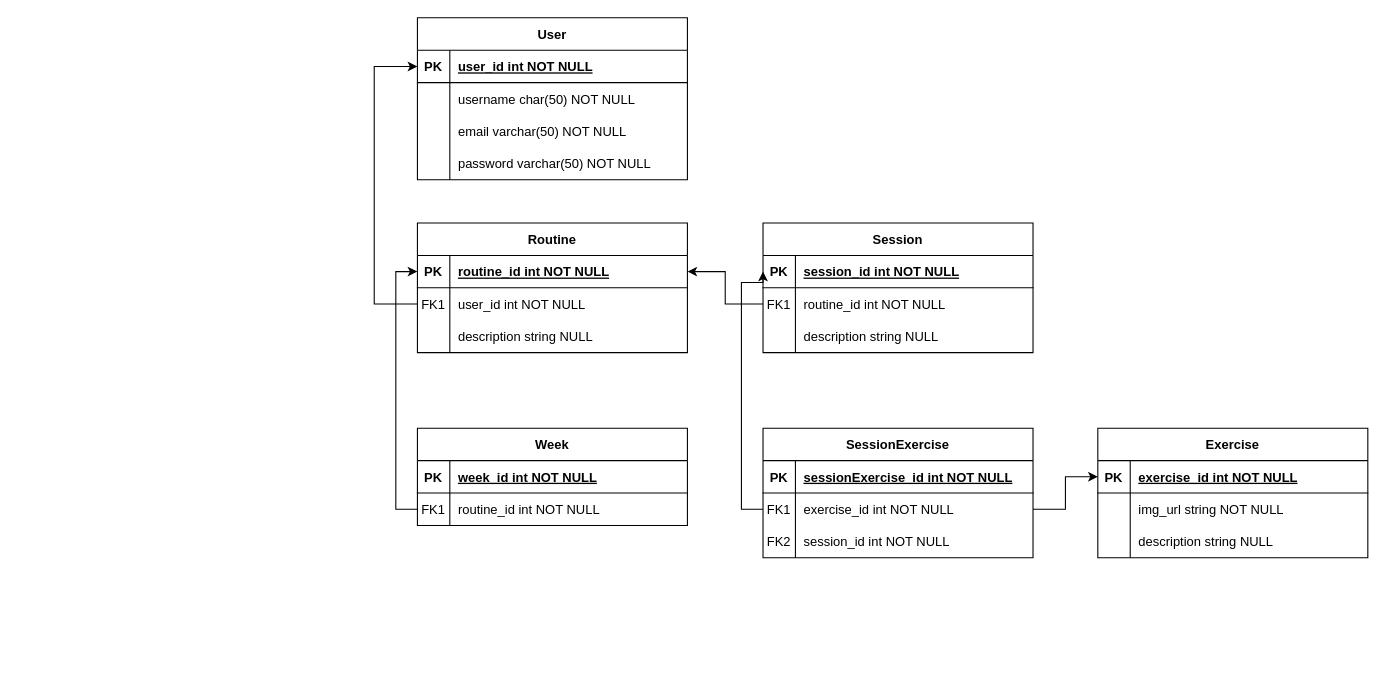
The draw.io diagram Untitled Diagram.drawio in rubeniriso/gym-app-backend, before the edit. Source tidied: cells renumbered, new cells numbered last; positions are measured from the earlier drawing's top-left corner, leaving out a move shared by most shapes. Both pictures are drawn from the tidied source at 108%, with x=0, y=0 at pixel (374, 17).
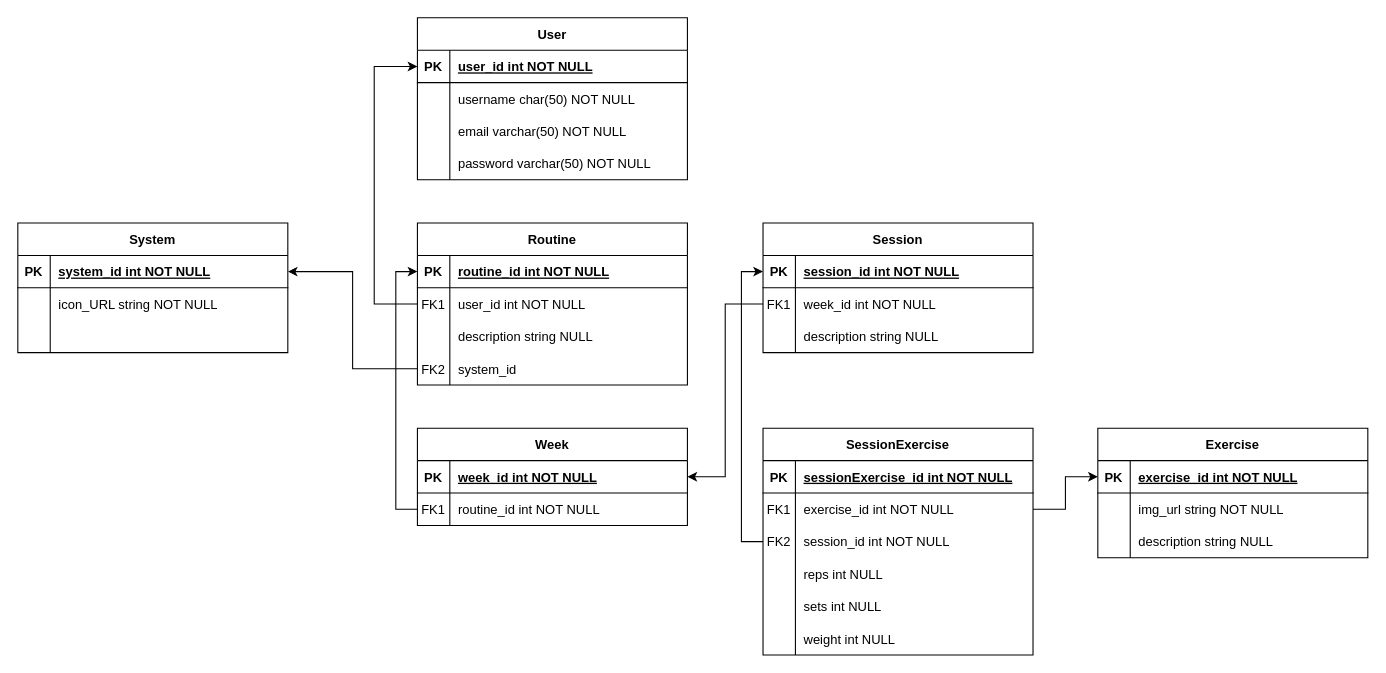
Above is the later version.

Unchanged cells that the change refers to:
```xml
<mxCell id="14" style="shape=partialRectangle;fillColor=none;points=[[0,0.5],[1,0.5]];portConstraint=eastwest;top=0;left=0;right=0;bottom=1;" parent="13" vertex="1">
  <mxGeometry y="30" width="250" height="30" as="geometry" />
</mxCell>
<mxCell id="38" style="shape=partialRectangle;fillColor=none;points=[[0,0.5],[1,0.5]];portConstraint=eastwest;top=0;left=0;right=0;bottom=1;" parent="37" vertex="1">
  <mxGeometry y="30" width="250" height="30" as="geometry" />
</mxCell>
<mxCell id="41" style="shape=partialRectangle;fillColor=none;points=[[0,0.5],[1,0.5]];portConstraint=eastwest;top=0;left=0;right=0;bottom=0;" parent="37" vertex="1">
  <mxGeometry y="60" width="250" height="30" as="geometry" />
</mxCell>
<mxCell id="52" style="shape=partialRectangle;fillColor=none;points=[[0,0.5],[1,0.5]];portConstraint=eastwest;top=0;left=0;right=0;bottom=0;" parent="48" vertex="1">
  <mxGeometry y="60" width="250" height="30" as="geometry" />
</mxCell>
<mxCell id="55" style="shape=partialRectangle;fillColor=none;points=[[0,0.5],[1,0.5]];portConstraint=eastwest;top=0;left=0;right=0;bottom=0;" parent="48" vertex="1">
  <mxGeometry y="90" width="250" height="30" as="geometry" />
</mxCell>
<mxCell id="59" style="shape=partialRectangle;fillColor=none;points=[[0,0.5],[1,0.5]];portConstraint=eastwest;top=0;left=0;right=0;bottom=1;" parent="58" vertex="1">
  <mxGeometry y="30" width="250" height="30" as="geometry" />
</mxCell>
```

Change to the diagram source:
```diff
@@
     <mxCell id="13" value="Routine" style="shape=table;startSize=30;childLayout=tableLayout;rowLines=0;fontStyle=1;align=center;" parent="1" vertex="1">
-      <mxGeometry x="40" y="190" width="250" height="120" as="geometry" />
+      <mxGeometry x="40" y="190" width="250" height="150" as="geometry" />
     </mxCell>
@@
+    <mxCell id="68" style="shape=partialRectangle;fillColor=none;points=[[0,0.5],[1,0.5]];portConstraint=eastwest;top=0;left=0;right=0;bottom=0;" parent="13" vertex="1">
+      <mxGeometry y="120" width="250" height="30" as="geometry" />
+    </mxCell>
+    <mxCell id="69" value="FK2" style="shape=partialRectangle;overflow=hidden;fillColor=none;top=0;left=0;bottom=0;right=0;" parent="68" vertex="1">
+      <mxGeometry width="30" height="30" as="geometry" />
+    </mxCell>
+    <mxCell id="70" value="system_id" style="shape=partialRectangle;overflow=hidden;fillColor=none;top=0;left=0;bottom=0;right=0;align=left;spacingLeft=6;" parent="68" vertex="1">
+      <mxGeometry x="30" width="220" height="30" as="geometry" />
+    </mxCell>
@@
-    <mxCell id="36" style="edgeStyle=orthogonalEdgeStyle;rounded=0;jettySize=auto;html=1;entryX=1;entryY=0.5;entryDx=0;entryDy=0;exitX=0;exitY=0.5;exitDx=0;exitDy=0;" parent="1" edge="1" source="41" target="14">
+    <mxCell id="36" style="edgeStyle=orthogonalEdgeStyle;rounded=0;jettySize=auto;html=1;entryX=1;entryY=0.5;entryDx=0;entryDy=0;exitX=0;exitY=0.5;exitDx=0;exitDy=0;" parent="1" edge="1" source="41" target="59">
       <mxGeometry relative="1" as="geometry" />
     </mxCell>
@@
-    <mxCell id="43" value="routine_id int NOT NULL" style="shape=partialRectangle;overflow=hidden;fillColor=none;top=0;left=0;bottom=0;right=0;align=left;spacingLeft=6;" parent="41" vertex="1">
+    <mxCell id="43" value="week_id int NOT NULL" style="shape=partialRectangle;overflow=hidden;fillColor=none;top=0;left=0;bottom=0;right=0;align=left;spacingLeft=6;" parent="41" vertex="1">
       <mxGeometry x="30" width="220" height="30" as="geometry" />
     </mxCell>
@@
-    <mxCell id="47" style="edgeStyle=orthogonalEdgeStyle;rounded=0;jettySize=auto;html=1;entryX=0;entryY=0.5;entryDx=0;entryDy=0;exitX=0;exitY=0.5;exitDx=0;exitDy=0;" parent="1" edge="1" source="52" target="38">
-      <mxGeometry relative="1" as="geometry">
-        <Array as="points">
-          <mxPoint x="340" y="455" />
-          <mxPoint x="340" y="245" />
-        </Array>
-      </mxGeometry>
-    </mxCell>
     <mxCell id="48" value="SessionExercise" style="shape=table;startSize=30;childLayout=tableLayout;rowLines=0;fontStyle=1;align=center;" parent="1" vertex="1">
-      <mxGeometry x="360" y="380" width="250" height="120" as="geometry" />
+      <mxGeometry x="360" y="380" width="250" height="210" as="geometry" />
     </mxCell>
@@
+    <mxCell id="71" style="shape=partialRectangle;fillColor=none;top=0;left=0;right=0;bottom=0;" parent="48" vertex="1">
+      <mxGeometry y="120" width="250" height="30" as="geometry" />
+    </mxCell>
+    <mxCell id="72" style="shape=partialRectangle;overflow=hidden;fillColor=none;top=0;left=0;bottom=0;right=0;" parent="71" vertex="1">
+      <mxGeometry width="30" height="30" as="geometry" />
+    </mxCell>
+    <mxCell id="73" value="reps int NULL" style="shape=partialRectangle;overflow=hidden;fillColor=none;top=0;left=0;bottom=0;right=0;align=left;spacingLeft=6;" parent="71" vertex="1">
+      <mxGeometry x="30" width="220" height="30" as="geometry" />
+    </mxCell>
+    <mxCell id="74" style="shape=partialRectangle;fillColor=none;top=0;left=0;right=0;bottom=0;" parent="48" vertex="1">
+      <mxGeometry y="150" width="250" height="30" as="geometry" />
+    </mxCell>
+    <mxCell id="75" style="shape=partialRectangle;overflow=hidden;fillColor=none;top=0;left=0;bottom=0;right=0;" parent="74" vertex="1">
+      <mxGeometry width="30" height="30" as="geometry" />
+    </mxCell>
+    <mxCell id="76" value="sets int NULL" style="shape=partialRectangle;overflow=hidden;fillColor=none;top=0;left=0;bottom=0;right=0;align=left;spacingLeft=6;" parent="74" vertex="1">
+      <mxGeometry x="30" width="220" height="30" as="geometry" />
+    </mxCell>
+    <mxCell id="77" style="shape=partialRectangle;fillColor=none;top=0;left=0;right=0;bottom=0;" parent="48" vertex="1">
+      <mxGeometry y="180" width="250" height="30" as="geometry" />
+    </mxCell>
+    <mxCell id="78" style="shape=partialRectangle;overflow=hidden;fillColor=none;top=0;left=0;bottom=0;right=0;" parent="77" vertex="1">
+      <mxGeometry width="30" height="30" as="geometry" />
+    </mxCell>
+    <mxCell id="79" value="weight int NULL" style="shape=partialRectangle;overflow=hidden;fillColor=none;top=0;left=0;bottom=0;right=0;align=left;spacingLeft=6;" parent="77" vertex="1">
+      <mxGeometry x="30" width="220" height="30" as="geometry" />
+    </mxCell>
@@
+    <mxCell id="80" value="System" style="shape=table;startSize=30;childLayout=tableLayout;rowLines=0;fontStyle=1;align=center;" parent="1" vertex="1">
+      <mxGeometry x="-330" y="190" width="250" height="120" as="geometry" />
+    </mxCell>
+    <mxCell id="81" style="shape=partialRectangle;fillColor=none;points=[[0,0.5],[1,0.5]];portConstraint=eastwest;top=0;left=0;right=0;bottom=1;" parent="80" vertex="1">
+      <mxGeometry y="30" width="250" height="30" as="geometry" />
+    </mxCell>
+    <mxCell id="82" value="PK" style="shape=partialRectangle;overflow=hidden;fillColor=none;top=0;left=0;bottom=0;right=0;fontStyle=1;" parent="81" vertex="1">
+      <mxGeometry width="30" height="30" as="geometry" />
+    </mxCell>
+    <mxCell id="83" value="system_id int NOT NULL " style="shape=partialRectangle;overflow=hidden;fillColor=none;top=0;left=0;bottom=0;right=0;align=left;spacingLeft=6;fontStyle=5;" parent="81" vertex="1">
+      <mxGeometry x="30" width="220" height="30" as="geometry" />
+    </mxCell>
+    <mxCell id="84" style="shape=partialRectangle;fillColor=none;top=0;left=0;right=0;bottom=0;" parent="80" vertex="1">
+      <mxGeometry y="60" width="250" height="30" as="geometry" />
+    </mxCell>
+    <mxCell id="85" style="shape=partialRectangle;overflow=hidden;fillColor=none;top=0;left=0;bottom=0;right=0;" parent="84" vertex="1">
+      <mxGeometry width="30" height="30" as="geometry" />
+    </mxCell>
+    <mxCell id="86" value="icon_URL string NOT NULL" style="shape=partialRectangle;overflow=hidden;fillColor=none;top=0;left=0;bottom=0;right=0;align=left;spacingLeft=6;" parent="84" vertex="1">
+      <mxGeometry x="30" width="220" height="30" as="geometry" />
+    </mxCell>
+    <mxCell id="87" style="shape=partialRectangle;fillColor=none;top=0;left=0;right=0;bottom=0;" parent="80" vertex="1">
+      <mxGeometry y="90" width="250" height="30" as="geometry" />
+    </mxCell>
+    <mxCell id="88" style="shape=partialRectangle;overflow=hidden;fillColor=none;top=0;left=0;bottom=0;right=0;" parent="87" vertex="1">
+      <mxGeometry width="30" height="30" as="geometry" />
+    </mxCell>
+    <mxCell id="89" style="shape=partialRectangle;overflow=hidden;fillColor=none;top=0;left=0;bottom=0;right=0;align=left;spacingLeft=6;" parent="87" vertex="1">
+      <mxGeometry x="30" width="220" height="30" as="geometry" />
+    </mxCell>
+    <mxCell id="90" style="edgeStyle=orthogonalEdgeStyle;rounded=0;jettySize=auto;html=1;exitX=0;exitY=0.5;exitDx=0;exitDy=0;entryX=1;entryY=0.5;entryDx=0;entryDy=0;" parent="1" edge="1" source="68" target="81">
+      <mxGeometry relative="1" as="geometry" />
+    </mxCell>
+    <mxCell id="91" style="edgeStyle=orthogonalEdgeStyle;rounded=0;jettySize=auto;html=1;entryX=0;entryY=0.5;entryDx=0;entryDy=0;" parent="1" edge="1" source="55" target="38">
+      <mxGeometry relative="1" as="geometry" />
+    </mxCell>
```
